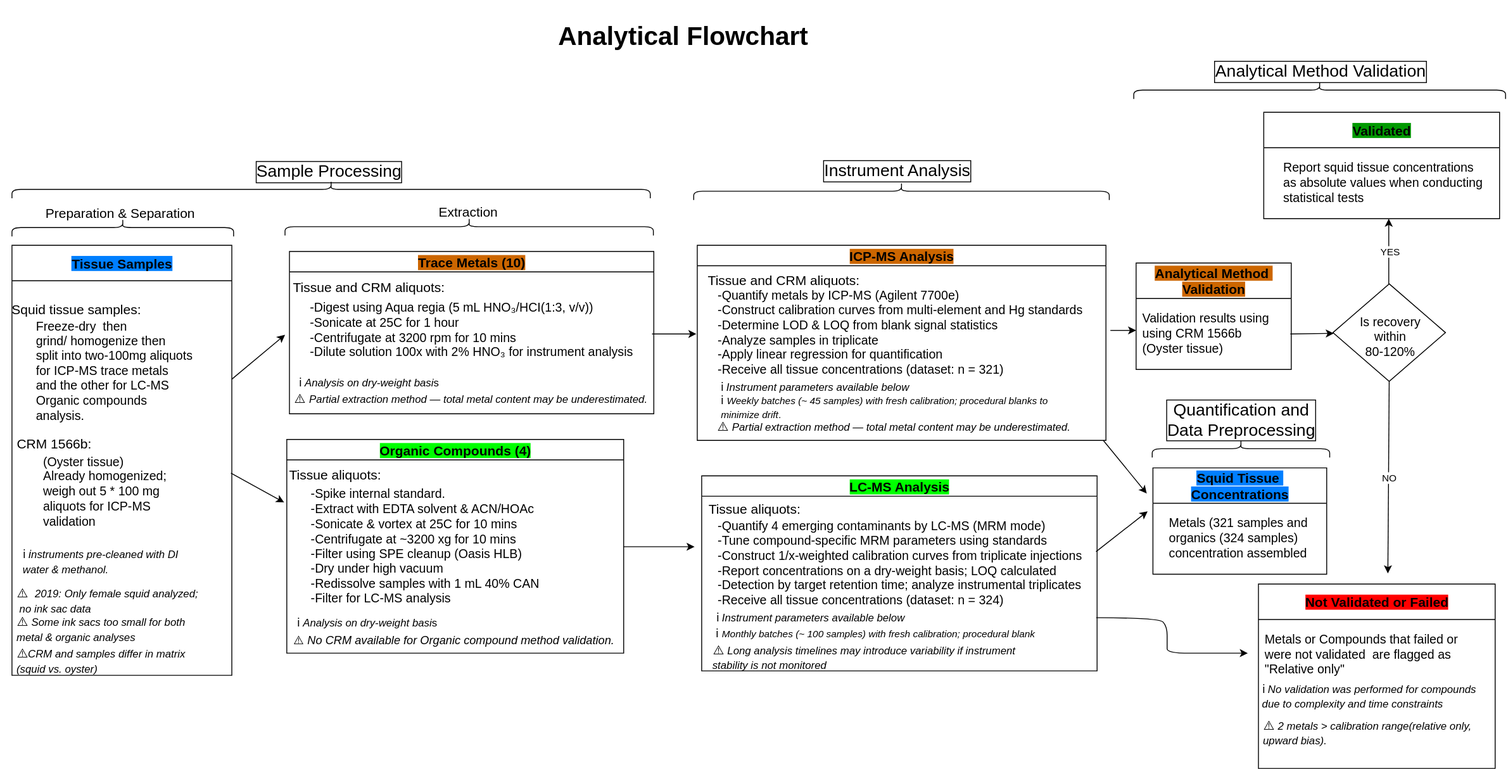
Above: docs/Analytical_flowchart.svg in Euchie23/SquidStack (draw.io), before the change. Source tidied: cells renumbered, new cells last; positions are measured from the earlier drawing's top-left corner, leaving out a move shared by most shapes.
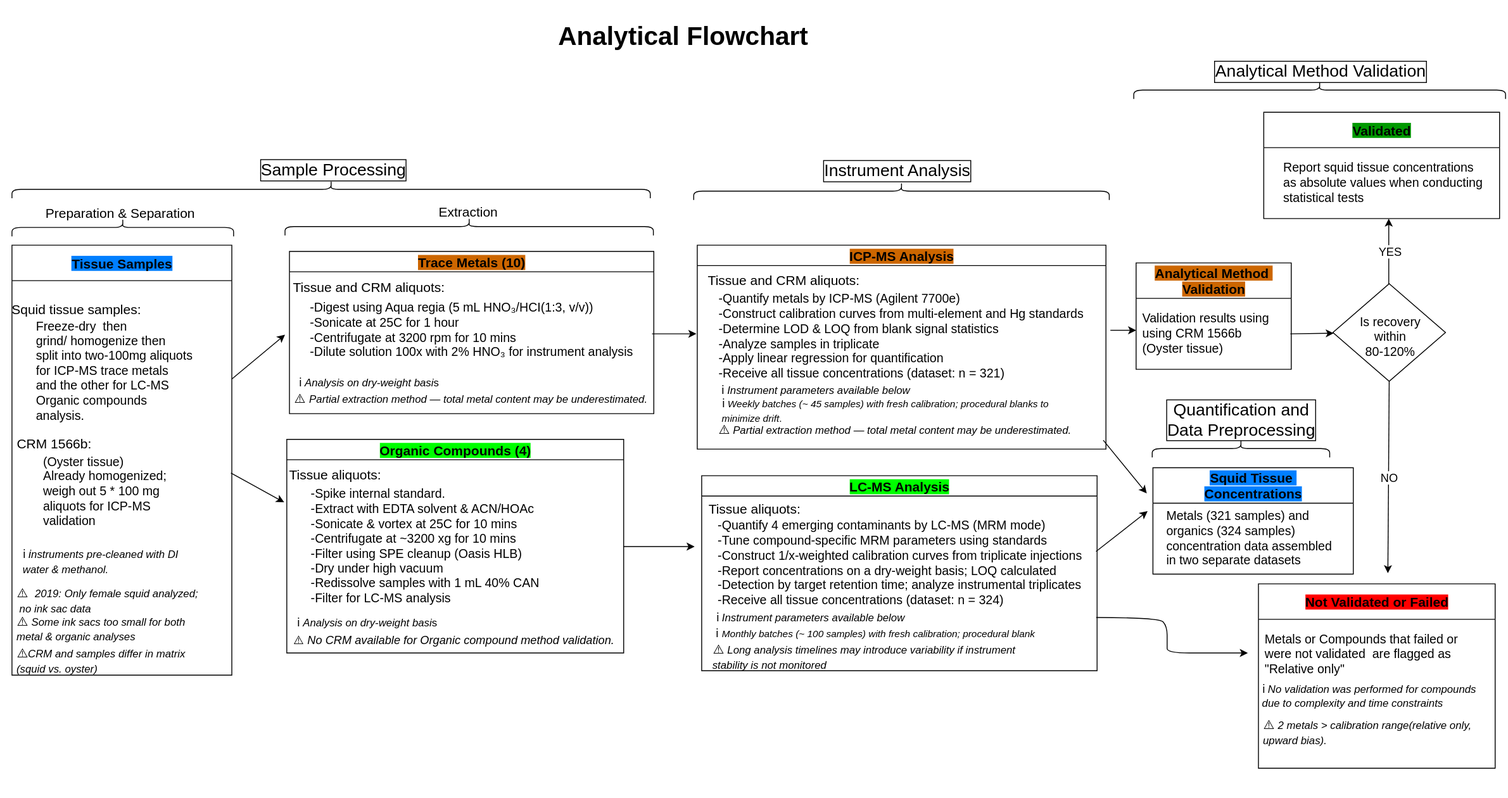
Later version of the same file.

Commit message:
uploaded updated analytical flowchart

The edit, as a diff of the source:
```diff
@@ -69,25 +69,25 @@
       </mxGeometry>
     </mxCell>
     <mxCell id="21" value="&lt;span style=&quot;background-color: light-dark(rgb(204, 102, 0), rgb(204, 102, 0));&quot;&gt;&lt;span&gt;ICP-&lt;/span&gt;&lt;span&gt;MS&lt;/span&gt;&lt;span&gt; Analysis&lt;/span&gt;&lt;/span&gt;" style="swimlane;whiteSpace=wrap;html=1;fontSize=15;" parent="1" vertex="1">
-      <mxGeometry x="786" y="423" width="461" height="220" as="geometry" />
+      <mxGeometry x="786" y="423" width="461" height="230" as="geometry" />
     </mxCell>
     <mxCell id="22" value="&lt;div&gt;&lt;span style=&quot;background-color: transparent; color: light-dark(rgb(0, 0, 0), rgb(255, 255, 255));&quot;&gt;-Quantify metals by ICP-MS (Agilent 7700e)&lt;/span&gt;&lt;/div&gt;&lt;div&gt;&lt;span style=&quot;background-color: transparent; color: light-dark(rgb(0, 0, 0), rgb(255, 255, 255));&quot;&gt;-&lt;/span&gt;&lt;span style=&quot;background-color: transparent; color: light-dark(rgb(0, 0, 0), rgb(255, 255, 255));&quot;&gt;Construct calibration curves from multi-element and Hg standards&lt;/span&gt;&lt;/div&gt;&lt;div&gt;&lt;span style=&quot;background-color: transparent; color: light-dark(rgb(0, 0, 0), rgb(255, 255, 255));&quot;&gt;-&lt;/span&gt;&lt;span style=&quot;background-color: transparent; color: light-dark(rgb(0, 0, 0), rgb(255, 255, 255));&quot;&gt;Determine LOD &amp;amp; LOQ from blank signal statistics&lt;/span&gt;&lt;/div&gt;&lt;div&gt;&lt;span style=&quot;background-color: transparent; color: light-dark(rgb(0, 0, 0), rgb(255, 255, 255));&quot;&gt;-&lt;/span&gt;&lt;span style=&quot;background-color: transparent; color: light-dark(rgb(0, 0, 0), rgb(255, 255, 255));&quot;&gt;Analyze samples in triplicate&lt;/span&gt;&lt;/div&gt;&lt;div&gt;&lt;span style=&quot;background-color: transparent; color: light-dark(rgb(0, 0, 0), rgb(255, 255, 255));&quot;&gt;-&lt;/span&gt;&lt;span style=&quot;background-color: transparent; color: light-dark(rgb(0, 0, 0), rgb(255, 255, 255));&quot;&gt;Apply linear regression for quantification&lt;/span&gt;&lt;/div&gt;&lt;div&gt;&lt;span style=&quot;background-color: transparent; color: light-dark(rgb(0, 0, 0), rgb(255, 255, 255));&quot;&gt;-Receive all tissue concentrations (dataset: n = 321)&lt;/span&gt;&lt;/div&gt;" style="text;html=1;align=left;verticalAlign=middle;strokeColor=none;fillColor=none;fontSize=14;" parent="21" vertex="1">
-      <mxGeometry x="21" y="43" width="440" height="110" as="geometry" />
+      <mxGeometry x="22" y="47" width="440" height="110" as="geometry" />
     </mxCell>
     <mxCell id="23" value="&lt;font&gt;Tissue and CRM aliquots:&lt;/font&gt;" style="text;html=1;align=center;verticalAlign=middle;strokeColor=none;fillColor=none;fontSize=15;" parent="1" vertex="1">
       <mxGeometry x="788" y="447" width="190" height="30" as="geometry" />
     </mxCell>
     <mxCell id="24" value="&lt;font&gt;⚠️&amp;nbsp;&lt;/font&gt;&lt;span style=&quot;font-size: 12px;&quot;&gt;&lt;i&gt;Partial extraction method — total metal content may&amp;nbsp;&lt;/i&gt;&lt;/span&gt;&lt;i style=&quot;font-size: 12px; background-color: transparent; color: light-dark(rgb(0, 0, 0), rgb(255, 255, 255));&quot;&gt;be underestimated.&lt;/i&gt;" style="text;html=1;align=center;verticalAlign=middle;strokeColor=none;fillColor=none;fontSize=14;" parent="1" vertex="1">
-      <mxGeometry x="797" y="612" width="420" height="30" as="geometry" />
+      <mxGeometry x="798" y="616" width="420" height="30" as="geometry" />
     </mxCell>
     <mxCell id="25" value="&lt;font&gt;ℹ️&amp;nbsp;&lt;/font&gt;&lt;font style=&quot;font-size: 12px;&quot;&gt;&lt;i&gt;&lt;font&gt;Analysis on dry-weight basi&lt;/font&gt;&lt;/i&gt;s&lt;/font&gt;" style="text;html=1;align=center;verticalAlign=middle;strokeColor=none;fillColor=none;fontSize=13;" parent="1" vertex="1">
       <mxGeometry x="318" y="833" width="190" height="30" as="geometry" />
     </mxCell>
     <mxCell id="26" value="&lt;font&gt;ℹ️ &lt;span style=&quot;font-size: 12px;&quot;&gt;&lt;i&gt;Instrument parameters available below&lt;/i&gt;&lt;/span&gt;&lt;/font&gt;" style="text;html=1;align=center;verticalAlign=middle;strokeColor=none;fillColor=none;fontSize=13;" parent="1" vertex="1">
-      <mxGeometry x="793" y="567" width="250" height="30" as="geometry" />
+      <mxGeometry x="794" y="571" width="250" height="30" as="geometry" />
     </mxCell>
     <mxCell id="27" value="&lt;font&gt;ℹ️ &lt;/font&gt;&lt;font style=&quot;font-size: 11px;&quot;&gt;&lt;font style=&quot;&quot;&gt;&lt;i&gt;Weekly batches (~ 45 samples) with fresh calibration; procedural blanks to&amp;nbsp;&lt;/i&gt;&lt;/font&gt;&lt;/font&gt;&lt;div style=&quot;text-align: left;&quot;&gt;&lt;font style=&quot;font-size: 11px;&quot;&gt;&lt;font style=&quot;&quot;&gt;&lt;i&gt;minimize drift&lt;/i&gt;&lt;/font&gt;.&lt;/font&gt;&lt;/div&gt;" style="text;html=1;align=center;verticalAlign=middle;strokeColor=none;fillColor=none;fontSize=13;" parent="1" vertex="1">
-      <mxGeometry x="793" y="585" width="410" height="40" as="geometry" />
+      <mxGeometry x="794" y="589" width="410" height="40" as="geometry" />
     </mxCell>
     <mxCell id="28" value="&lt;span style=&quot;background-color: light-dark(rgb(0, 255, 0), rgb(0, 255, 0));&quot;&gt;LC-MS Analysis&lt;/span&gt;" style="swimlane;whiteSpace=wrap;html=1;fontSize=15;" parent="1" vertex="1">
       <mxGeometry x="791" y="683" width="446" height="220" as="geometry" />
@@ -114,10 +114,10 @@
       </mxGeometry>
     </mxCell>
     <mxCell id="35" value="&lt;span style=&quot;background-color: light-dark(rgb(0, 127, 255), rgb(0, 127, 255));&quot;&gt;&lt;font&gt;Squid Tissue&amp;nbsp;&lt;/font&gt;&lt;/span&gt;&lt;div&gt;&lt;span style=&quot;background-color: light-dark(rgb(0, 127, 255), rgb(0, 127, 255));&quot;&gt;&lt;font&gt;Concentrations&lt;/font&gt;&lt;/span&gt;&lt;/div&gt;" style="swimlane;whiteSpace=wrap;html=1;startSize=40;labelBackgroundColor=none;fontSize=15;" parent="1" vertex="1">
-      <mxGeometry x="1300" y="674" width="196" height="120" as="geometry" />
+      <mxGeometry x="1300" y="674" width="226" height="120" as="geometry" />
     </mxCell>
-    <mxCell id="36" value="&lt;div&gt;Metals (321 samples and&amp;nbsp;&lt;/div&gt;&lt;div&gt;organics (324 samples)&lt;/div&gt;&lt;div&gt;concentration assembled&lt;/div&gt;" style="text;html=1;align=left;verticalAlign=middle;strokeColor=none;fillColor=none;fontSize=14;" parent="35" vertex="1">
-      <mxGeometry x="16" y="49" width="180" height="60" as="geometry" />
+    <mxCell id="36" value="&lt;div&gt;Metals (321 samples) and&amp;nbsp;&lt;/div&gt;&lt;div&gt;organics (324 samples)&lt;/div&gt;&lt;div&gt;concentration data assembled&amp;nbsp;&lt;/div&gt;&lt;div&gt;in two separate datasets&lt;/div&gt;" style="text;html=1;align=left;verticalAlign=middle;strokeColor=none;fillColor=none;fontSize=14;" parent="35" vertex="1">
+      <mxGeometry x="13" y="39" width="210" height="80" as="geometry" />
     </mxCell>
     <mxCell id="37" value="&lt;font&gt;⚠️&amp;nbsp;&amp;nbsp;&lt;i&gt;&lt;font style=&quot;font-size: 12px;&quot;&gt;2019: Only female squid analyzed;&lt;br&gt;&amp;nbsp;no ink sac data&lt;/font&gt;&lt;/i&gt;&lt;br&gt;&lt;/font&gt;" style="text;html=1;align=left;verticalAlign=middle;strokeColor=none;fillColor=none;fontSize=14;" parent="1" vertex="1">
       <mxGeometry x="16" y="798" width="230" height="50" as="geometry" />
@@ -162,7 +162,7 @@
         <mxPoint x="1565" y="793" as="targetPoint" />
       </mxGeometry>
     </mxCell>
-    <mxCell id="49" value="NO" style="edgeLabel;html=1;align=center;verticalAlign=middle;" parent="48" vertex="1">
+    <mxCell id="49" value="NO" style="edgeLabel;html=1;align=center;verticalAlign=middle;fontSize=13;" parent="48" vertex="1">
       <mxGeometry relative="1" as="geometry" />
     </mxCell>
     <mxCell id="50" style="endArrow=classic;html=1;rounded=0;curved=1;" parent="1" edge="1">
@@ -171,7 +171,7 @@
         <mxPoint x="1566" y="393" as="targetPoint" />
       </mxGeometry>
     </mxCell>
-    <mxCell id="51" value="YES" style="edgeLabel;html=1;align=center;verticalAlign=middle;" parent="50" vertex="1">
+    <mxCell id="51" value="YES" style="edgeLabel;html=1;align=center;verticalAlign=middle;fontSize=13;" parent="50" vertex="1">
       <mxGeometry relative="1" as="geometry" />
     </mxCell>
     <mxCell id="52" value="&lt;span style=&quot;background-color: light-dark(rgb(0, 153, 0), rgb(0, 153, 0));&quot;&gt;Validated&lt;/span&gt;" style="swimlane;whiteSpace=wrap;html=1;startSize=40;labelBackgroundColor=none;fontSize=15;" parent="1" vertex="1">
@@ -216,7 +216,7 @@
       <mxGeometry x="363" width="20" height="720" as="geometry" />
     </mxCell>
     <mxCell id="60" value="Sample Processing" style="text;html=1;align=center;verticalAlign=middle;whiteSpace=wrap;rounded=0;fontSize=19;labelBorderColor=default;" parent="1" vertex="1">
-      <mxGeometry x="285" y="325" width="171" height="30" as="geometry" />
+      <mxGeometry x="290" y="323" width="171" height="30" as="geometry" />
     </mxCell>
     <mxCell id="61" style="shape=curlyBracket;whiteSpace=wrap;html=1;rounded=1;flipH=1;labelPosition=right;verticalLabelPosition=middle;align=left;verticalAlign=middle;rotation=-90;" parent="1" vertex="1">
       <mxGeometry x="128" y="278" width="20" height="250" as="geometry" />
```
